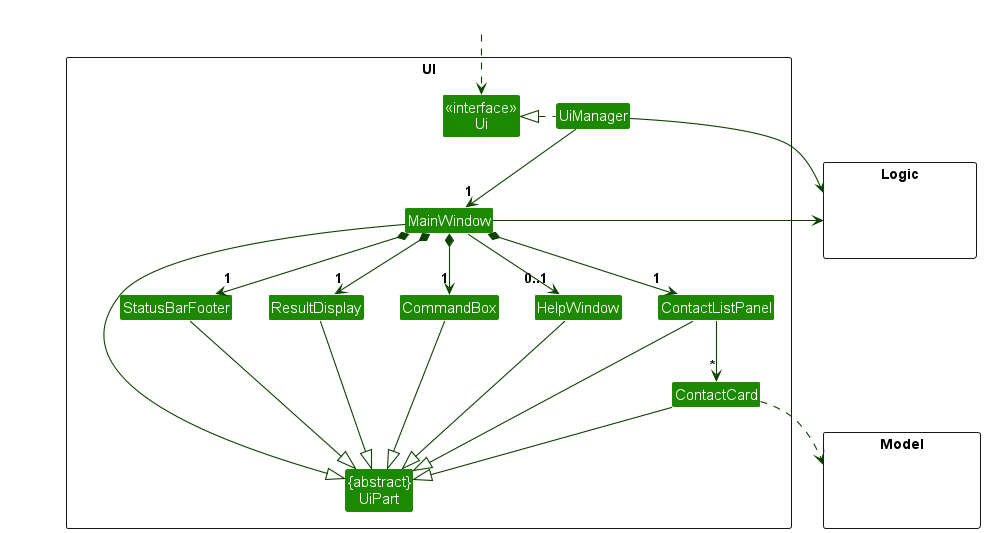
Earlier version of the PlantUML export docs/images/UiClassDiagram.png (nus-cs2103-AY2324S1/tp).
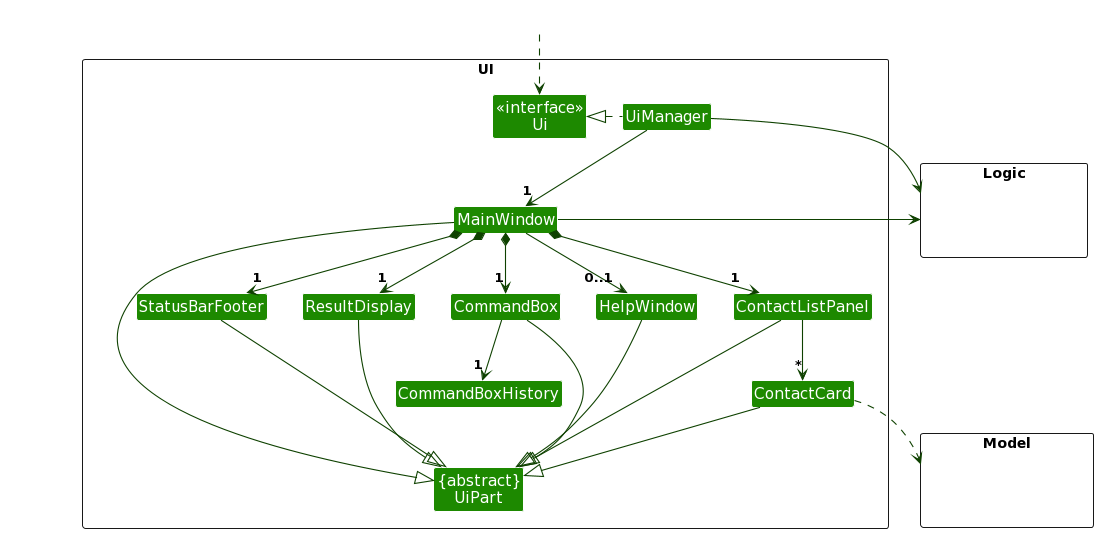
Above is the later version.

Diff of the diagram source:
```diff
@@ -1,5 +1,78 @@
 @startuml
-!include style.puml
+
+
+
+!define UI_COLOR #1D8900
+!define UI_COLOR_T1 #83E769
+!define UI_COLOR_T2 #3FC71B
+!define UI_COLOR_T3 #166800
+!define UI_COLOR_T4 #0E4100
+
+!define LOGIC_COLOR #3333C4
+!define LOGIC_COLOR_T1 #C8C8FA
+!define LOGIC_COLOR_T2 #6A6ADC
+!define LOGIC_COLOR_T3 #1616B0
+!define LOGIC_COLOR_T4 #101086
+
+!define MODEL_COLOR #9D0012
+!define MODEL_COLOR_T1 #F97181
+!define MODEL_COLOR_T2 #E41F36
+!define MODEL_COLOR_T3 #7B000E
+!define MODEL_COLOR_T4 #51000A
+
+!define STORAGE_COLOR #A38300
+!define STORAGE_COLOR_T1 #FFE374
+!define STORAGE_COLOR_T2 #EDC520
+!define STORAGE_COLOR_T3 #806600
+!define STORAGE_COLOR_T2 #544400
+
+!define USER_COLOR #000000
+
+skinparam Package {
+    BackgroundColor #FFFFFF
+    BorderThickness 1
+    FontSize 16
+}
+
+skinparam Class {
+    FontColor #FFFFFF
+    FontSize 15
+    BorderThickness 1
+    BorderColor #FFFFFF
+    StereotypeFontColor #FFFFFF
+    FontName Arial
+}
+
+skinparam Actor {
+    BorderColor USER_COLOR
+    Color USER_COLOR
+    FontName Arial
+}
+
+skinparam Sequence {
+    MessageAlign center
+    BoxFontSize 15
+    BoxPadding 0
+    BoxFontColor #FFFFFF
+    FontName Arial
+}
+
+skinparam Participant {
+    FontColor #FFFFFFF
+    Padding 20
+}
+
+skinparam ArrowFontStyle bold
+skinparam MinClassWidth 50
+skinparam ParticipantPadding 10
+skinparam Shadowing false
+skinparam DefaultTextAlignment center
+skinparam packageStyle Rectangle
+
+hide footbox
+hide members
+hide circle
+
 skinparam arrowThickness 1.1
 skinparam arrowColor UI_COLOR_T4
 skinparam classBackgroundColor UI_COLOR
@@ -15,6 +88,7 @@
 Class ContactCard
 Class StatusBarFooter
 Class CommandBox
+Class CommandBoxHistory
 }
 
 package Model <<Rectangle>> {
@@ -35,6 +109,8 @@
 MainWindow *-down-> "1" ContactListPanel
 MainWindow *-down-> "1" StatusBarFooter
 MainWindow --> "0..1" HelpWindow
+
+CommandBox --> "1" CommandBoxHistory
 
 ContactListPanel -down-> "*" ContactCard
 
```
